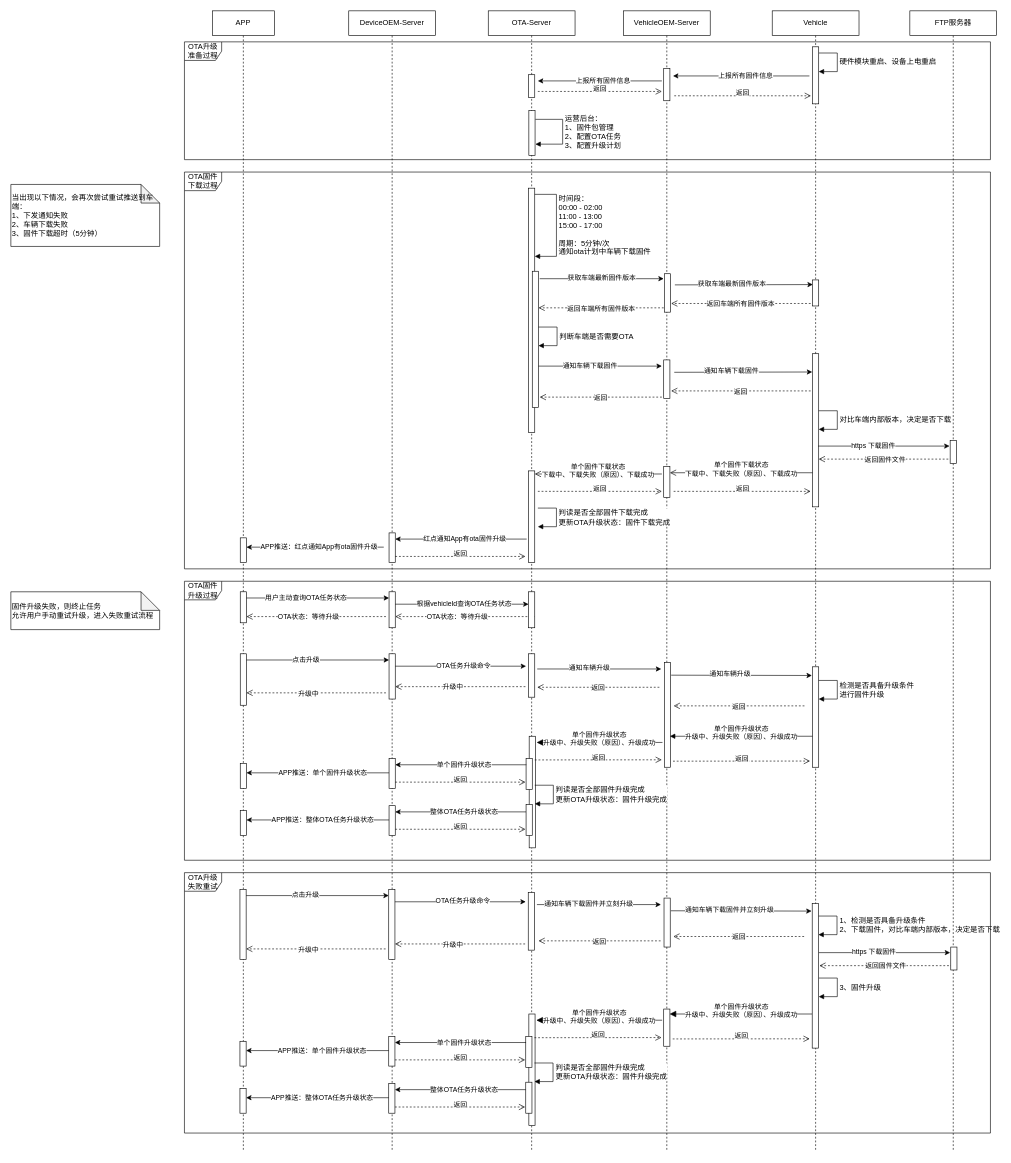
jianguocong/chart keeps this draw.io diagram as kda/3、OTA整体流程.drawio. Above is the earlier version. Source tidied: cells renumbered, new cells numbered last; positions are measured from the earlier drawing's top-left corner, leaving out a move shared by most shapes. Both pictures are drawn from the tidied source at 62%, with x=0, y=0 at pixel (11, 11).
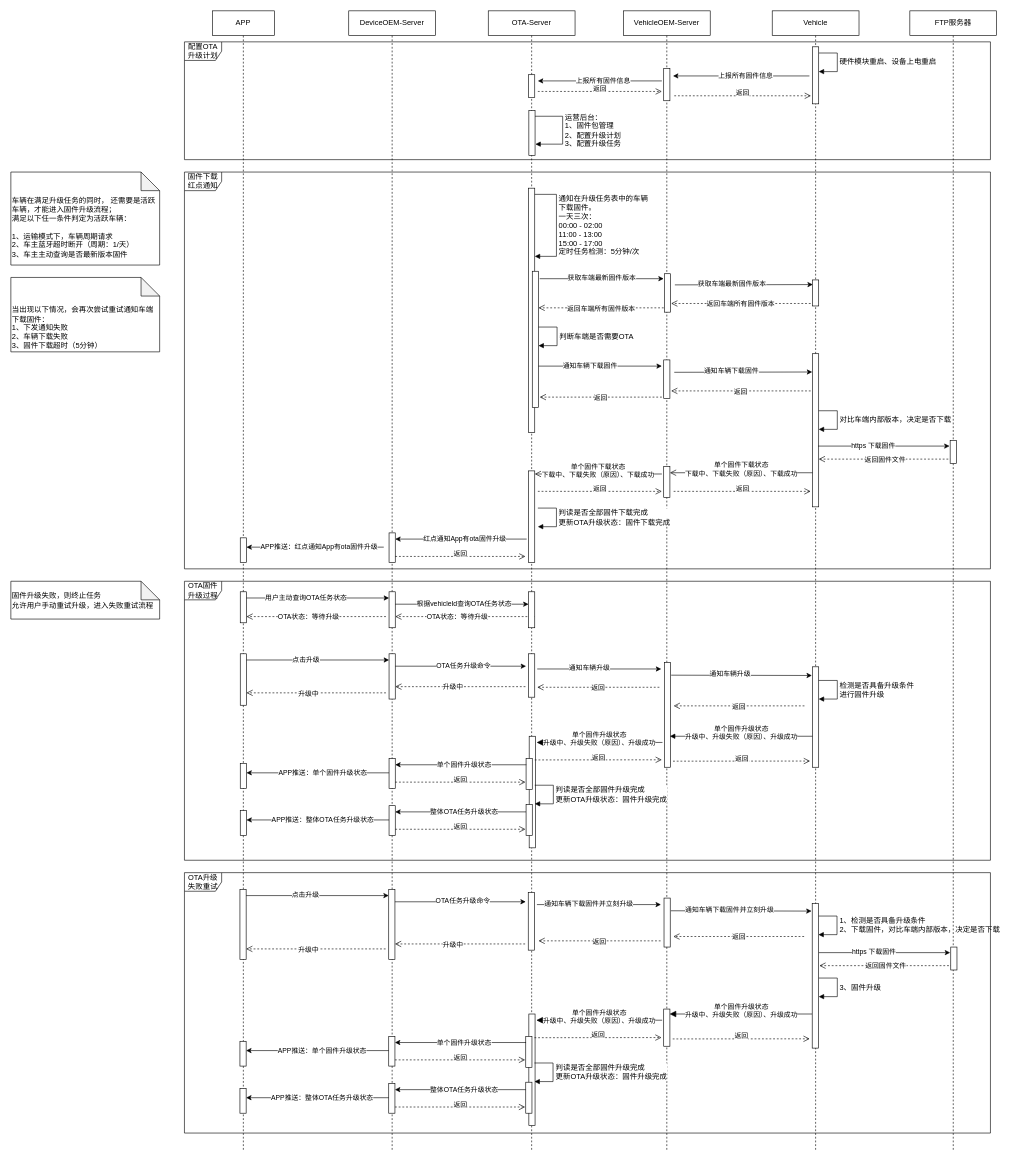
Above is the later version.

The change refers to these unchanged cells:
```xml
<mxCell id="38" value="OTA-Server" style="shape=umlLifeline;perimeter=lifelinePerimeter;whiteSpace=wrap;html=1;newEdgeStyle={&quot;edgeStyle&quot;:&quot;elbowEdgeStyle&quot;,&quot;elbow&quot;:&quot;vertical&quot;,&quot;curved&quot;:0,&quot;rounded&quot;:0};" parent="1" vertex="1">
  <mxGeometry x="770" width="140" height="1840" as="geometry" />
</mxCell>
<mxCell id="40" style="html=1;points=[];perimeter=orthogonalPerimeter;outlineConnect=0;targetShapes=umlLifeline;portConstraint=eastwest;newEdgeStyle={&quot;edgeStyle&quot;:&quot;elbowEdgeStyle&quot;,&quot;elbow&quot;:&quot;vertical&quot;,&quot;curved&quot;:0,&quot;rounded&quot;:0};" parent="38" vertex="1">
  <mxGeometry x="65" y="286" width="10" height="394" as="geometry" />
</mxCell>
<mxCell id="86" style="html=1;points=[];perimeter=orthogonalPerimeter;outlineConnect=0;targetShapes=umlLifeline;portConstraint=eastwest;newEdgeStyle={&quot;edgeStyle&quot;:&quot;elbowEdgeStyle&quot;,&quot;elbow&quot;:&quot;vertical&quot;,&quot;curved&quot;:0,&quot;rounded&quot;:0};" parent="38" vertex="1">
  <mxGeometry x="65.5" y="161" width="10" height="72" as="geometry" />
</mxCell>
```

What changed in the source:
```diff
@@
-    <mxCell id="32" value="OTA固件下载过程" style="shape=umlFrame;whiteSpace=wrap;html=1;sketch=0;strokeColor=default;align=center;verticalAlign=middle;fontFamily=Helvetica;fontSize=12;fontColor=default;fillColor=default;" parent="1" vertex="1">
+    <mxCell id="32" value="固件下载红点通知" style="shape=umlFrame;whiteSpace=wrap;html=1;sketch=0;strokeColor=default;align=center;verticalAlign=middle;fontFamily=Helvetica;fontSize=12;fontColor=default;fillColor=default;" parent="1" vertex="1">
       <mxGeometry x="280" y="260" width="1300" height="640" as="geometry" />
     </mxCell>
@@
-    <mxCell id="41" value="&lt;div&gt;时间段：&lt;/div&gt;&lt;div&gt;00:00 - 02:00&lt;/div&gt;&lt;div&gt;11:00 - 13:00&lt;/div&gt;&lt;div&gt;15:00 - 17:00&lt;/div&gt;&lt;div&gt;&lt;br&gt;&lt;/div&gt;周期：5分钟/次&lt;br&gt;通知ota计划中车辆下载固件" style="html=1;align=left;spacingLeft=2;endArrow=block;rounded=0;edgeStyle=orthogonalEdgeStyle;curved=0;rounded=0;fontFamily=Helvetica;fontSize=12;fontColor=default;" parent="38" edge="1" source="40" target="40">
+    <mxCell id="41" value="&lt;div&gt;&lt;br&gt;&lt;/div&gt;&lt;div&gt;通知在升级任务表中的车辆&lt;/div&gt;&lt;div&gt;下载固件。&lt;/div&gt;&lt;div&gt;一天三次：&lt;/div&gt;&lt;div&gt;00:00 - 02:00&lt;/div&gt;&lt;div&gt;11:00 - 13:00&lt;/div&gt;&lt;div&gt;15:00 - 17:00&lt;/div&gt;定时任务检测：5分钟/次&lt;div&gt;&lt;br&gt;&lt;/div&gt;" style="html=1;align=left;spacingLeft=2;endArrow=block;rounded=0;edgeStyle=orthogonalEdgeStyle;curved=0;rounded=0;fontFamily=Helvetica;fontSize=12;fontColor=default;" parent="38" edge="1" source="40" target="40">
       <mxGeometry relative="1" as="geometry">
         <Array as="points">
           <mxPoint x="110" y="296" />
           <mxPoint x="110" y="396" />
         </Array>
       </mxGeometry>
     </mxCell>
@@
-    <mxCell id="87" value="运营后台：&lt;div&gt;1、固件包管理&lt;/div&gt;&lt;div&gt;2、配置OTA任务&lt;/div&gt;&lt;div&gt;3、配置升级计划&lt;/div&gt;" style="html=1;align=left;spacingLeft=2;endArrow=block;rounded=0;edgeStyle=orthogonalEdgeStyle;curved=0;rounded=0;fontFamily=Helvetica;fontSize=12;fontColor=default;" parent="38" edge="1">
+    <mxCell id="87" value="运营后台：&lt;div&gt;1、固件包管理&lt;/div&gt;&lt;div&gt;2、配置升级计划&lt;/div&gt;&lt;div&gt;3、配置升级任务&lt;/div&gt;" style="html=1;align=left;spacingLeft=2;endArrow=block;rounded=0;edgeStyle=orthogonalEdgeStyle;curved=0;rounded=0;fontFamily=Helvetica;fontSize=12;fontColor=default;" parent="38" edge="1" source="86">
       <mxGeometry relative="1" as="geometry">
-        <mxPoint x="76" y="175" as="sourcePoint" />
         <mxPoint x="76" y="215" as="targetPoint" />
         <Array as="points">
-          <mxPoint x="120" y="175" />
+          <mxPoint x="120" y="170" />
           <mxPoint x="120" y="215" />
         </Array>
       </mxGeometry>
     </mxCell>
@@
     <mxCell id="149" value="固件升级失败，则终止任务&lt;div&gt;允许用户手动重试升级，进入失败重试流程&lt;/div&gt;" style="shape=note;whiteSpace=wrap;html=1;backgroundOutline=1;darkOpacity=0.05;align=left;verticalAlign=middle;" parent="1" vertex="1">
-      <mxGeometry y="937" width="240" height="61" as="geometry" />
+      <mxGeometry y="920" width="240" height="61" as="geometry" />
     </mxCell>
-    <mxCell id="150" value="当出现以下情况，会再次尝试重试推送到车端：&lt;div&gt;1、下发通知失败&lt;/div&gt;&lt;div&gt;2、车辆下载失败&lt;/div&gt;&lt;div&gt;3、固件下载超时（5分钟）&lt;/div&gt;" style="shape=note;whiteSpace=wrap;html=1;backgroundOutline=1;darkOpacity=0.05;align=left;verticalAlign=middle;" parent="1" vertex="1">
-      <mxGeometry y="280" width="240" height="100" as="geometry" />
+    <mxCell id="150" value="&lt;div&gt;&lt;br&gt;&lt;/div&gt;&lt;div&gt;&lt;br&gt;&lt;/div&gt;&lt;div&gt;&lt;br&gt;&lt;/div&gt;当出现以下情况，会再次尝试重试通知车端下载固件：&lt;div&gt;1、下发通知失败&lt;/div&gt;&lt;div&gt;2、车辆下载失败&lt;/div&gt;&lt;div&gt;3、固件下载超时（5分钟）&lt;/div&gt;" style="shape=note;whiteSpace=wrap;html=1;backgroundOutline=1;darkOpacity=0.05;align=left;verticalAlign=middle;" parent="1" vertex="1">
+      <mxGeometry y="430" width="240" height="120" as="geometry" />
     </mxCell>
@@
-    <mxCell id="157" value="OTA升级准备过程" style="shape=umlFrame;whiteSpace=wrap;html=1;sketch=0;strokeColor=default;align=center;verticalAlign=middle;fontFamily=Helvetica;fontSize=12;fontColor=default;fillColor=default;" parent="1" vertex="1">
+    <mxCell id="157" value="配置OTA升级计划" style="shape=umlFrame;whiteSpace=wrap;html=1;sketch=0;strokeColor=default;align=center;verticalAlign=middle;fontFamily=Helvetica;fontSize=12;fontColor=default;fillColor=default;" parent="1" vertex="1">
       <mxGeometry x="280" y="50" width="1300" height="190" as="geometry" />
     </mxCell>
@@
+    <mxCell id="160" value="&lt;div&gt;&lt;br&gt;&lt;/div&gt;&lt;div&gt;&lt;br&gt;&lt;/div&gt;&lt;div&gt;&lt;span style=&quot;background-color: initial;&quot;&gt;车辆在满足&lt;/span&gt;&lt;span style=&quot;background-color: initial;&quot;&gt;升级任务的同时， 还需要是&lt;/span&gt;&lt;span style=&quot;background-color: initial;&quot;&gt;活跃车辆，才能进入固件升级流程；&lt;/span&gt;&lt;br&gt;&lt;/div&gt;&lt;div&gt;&lt;span style=&quot;background-color: initial;&quot;&gt;满足以下任一条件判定为活跃车辆：&lt;/span&gt;&lt;/div&gt;&lt;div&gt;&lt;span style=&quot;background-color: initial;&quot;&gt;&lt;br&gt;&lt;/span&gt;&lt;/div&gt;&lt;div&gt;1、运输模式下，车辆周期请求&lt;span style=&quot;background-color: initial;&quot;&gt;&lt;br&gt;&lt;/span&gt;&lt;/div&gt;&lt;div&gt;2、车主蓝牙超时断开（周期：1/天）&lt;/div&gt;&lt;div&gt;3、车主主动查询是否最新版本固件&lt;br&gt;&lt;/div&gt;" style="shape=note;whiteSpace=wrap;html=1;backgroundOutline=1;darkOpacity=0.05;align=left;verticalAlign=middle;" parent="1" vertex="1">
+      <mxGeometry y="260" width="240" height="150" as="geometry" />
+    </mxCell>
```
